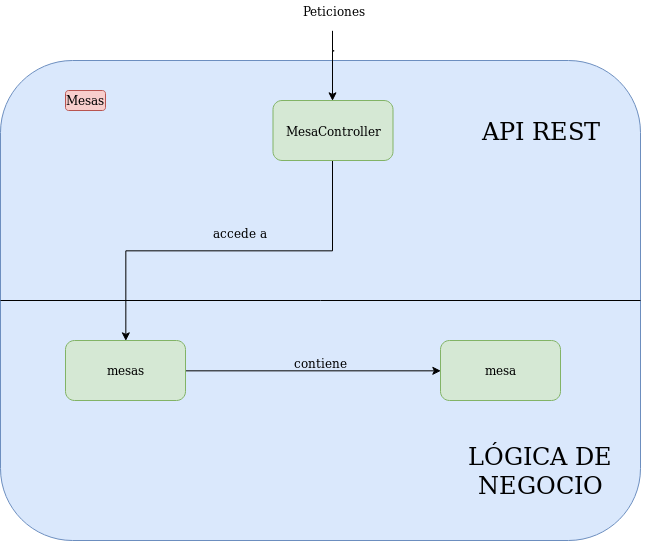
antmordhar/ProyectoCC keeps this draw.io diagram as Documentacion/mesaservice.png. Above is the earlier version. Source tidied: cells renumbered, new cells last; positions are measured from the earlier drawing's top-left corner, leaving out a move shared by most shapes. Its diagram source:
```xml
<mxGraphModel>
  <root>
    <mxCell id="0" />
    <mxCell id="1" parent="0" />
    <mxCell id="2" style="rounded=1;whiteSpace=wrap;html=1;fillColor=#dae8fc;strokeColor=#6c8ebf;glass=0;comic=0;" parent="1" vertex="1">
      <mxGeometry y="60" width="640" height="480" as="geometry" />
    </mxCell>
    <mxCell id="3" value="Mesas " style="text;html=1;strokeColor=#b85450;fillColor=#f8cecc;align=center;verticalAlign=middle;whiteSpace=wrap;rounded=1;glass=0;" parent="1" vertex="1">
      <mxGeometry x="65" y="90" width="40" height="20" as="geometry" />
    </mxCell>
    <mxCell id="4" style="edgeStyle=orthogonalEdgeStyle;rounded=0;jettySize=auto;html=1;exitX=0.5;exitY=1;exitDx=0;exitDy=0;entryX=0.5;entryY=0;entryDx=0;entryDy=0;" parent="1" edge="1" source="7" target="11">
      <mxGeometry relative="1" as="geometry" />
    </mxCell>
    <mxCell id="5" value="accede a " style="text;html=1;align=center;verticalAlign=middle;labelBackgroundColor=none;" parent="4" vertex="1">
      <mxGeometry x="-0.17" y="-3" relative="1" as="geometry">
        <mxPoint x="-21.5" y="-16.5" as="offset" />
      </mxGeometry>
    </mxCell>
    <mxCell id="6" style="edgeStyle=orthogonalEdgeStyle;rounded=0;jettySize=auto;html=1;exitX=0.5;exitY=0;exitDx=0;exitDy=0;endArrow=none;endFill=0;startArrow=classic;startFill=1;" parent="1" edge="1" source="7">
      <mxGeometry relative="1" as="geometry">
        <mxPoint x="332" y="30.3" as="targetPoint" />
        <Array as="points">
          <mxPoint x="333" y="50" />
          <mxPoint x="333" y="50" />
        </Array>
      </mxGeometry>
    </mxCell>
    <mxCell id="7" style="rounded=1;whiteSpace=wrap;html=1;fillColor=#d5e8d4;strokeColor=#82b366;glass=0;" parent="1" vertex="1">
      <mxGeometry x="272.5" y="100" width="120" height="60" as="geometry" />
    </mxCell>
    <mxCell id="8" value="MesaController" style="text;html=1;strokeColor=none;fillColor=none;align=center;verticalAlign=middle;whiteSpace=wrap;rounded=0;" parent="1" vertex="1">
      <mxGeometry x="312.5" y="120" width="40" height="20" as="geometry" />
    </mxCell>
    <mxCell id="9" style="edgeStyle=orthogonalEdgeStyle;rounded=0;jettySize=auto;html=1;exitX=1;exitY=0.5;exitDx=0;exitDy=0;entryX=0;entryY=0.5;entryDx=0;entryDy=0;" parent="1" edge="1" source="11" target="12">
      <mxGeometry relative="1" as="geometry" />
    </mxCell>
    <mxCell id="10" value="contiene" style="text;html=1;align=center;verticalAlign=middle;labelBackgroundColor=none;" parent="9" vertex="1">
      <mxGeometry x="-0.28" relative="1" as="geometry">
        <mxPoint x="43" y="-9.5" as="offset" />
      </mxGeometry>
    </mxCell>
    <mxCell id="11" value="mesas" style="rounded=1;whiteSpace=wrap;html=1;fillColor=#d5e8d4;strokeColor=#82b366;glass=0;" parent="1" vertex="1">
      <mxGeometry x="65" y="340" width="120" height="60" as="geometry" />
    </mxCell>
    <mxCell id="12" value="mesa" style="rounded=1;whiteSpace=wrap;html=1;fillColor=#d5e8d4;strokeColor=#82b366;glass=0;" parent="1" vertex="1">
      <mxGeometry x="440" y="340" width="120" height="60" as="geometry" />
    </mxCell>
    <mxCell id="13" value="Peticiones" style="text;html=1;strokeColor=none;fillColor=none;align=center;verticalAlign=middle;whiteSpace=wrap;rounded=0;glass=0;comic=0;" parent="1" vertex="1">
      <mxGeometry x="312.5" width="40" height="20" as="geometry" />
    </mxCell>
    <mxCell id="14" style="endArrow=none;html=1;exitX=0;exitY=0.5;exitDx=0;exitDy=0;entryX=1;entryY=0.5;entryDx=0;entryDy=0;" parent="1" edge="1" source="2" target="2">
      <mxGeometry relative="1" as="geometry" />
    </mxCell>
    <mxCell id="15" value="&lt;font style=&quot;font-size: 24px&quot;&gt;API REST&lt;/font&gt;" style="text;html=1;strokeColor=none;fillColor=none;align=center;verticalAlign=middle;whiteSpace=wrap;rounded=0;glass=0;comic=0;labelBackgroundColor=none;" parent="1" vertex="1">
      <mxGeometry x="460" y="120" width="160" height="20" as="geometry" />
    </mxCell>
    <mxCell id="16" value="&lt;font style=&quot;font-size: 24px&quot;&gt;LÓGICA DE NEGOCIO&lt;/font&gt;" style="text;html=1;strokeColor=none;fillColor=none;align=center;verticalAlign=middle;whiteSpace=wrap;rounded=0;glass=0;comic=0;labelBackgroundColor=none;" parent="1" vertex="1">
      <mxGeometry x="415" y="460" width="250" height="20" as="geometry" />
    </mxCell>
  </root>
</mxGraphModel>
```
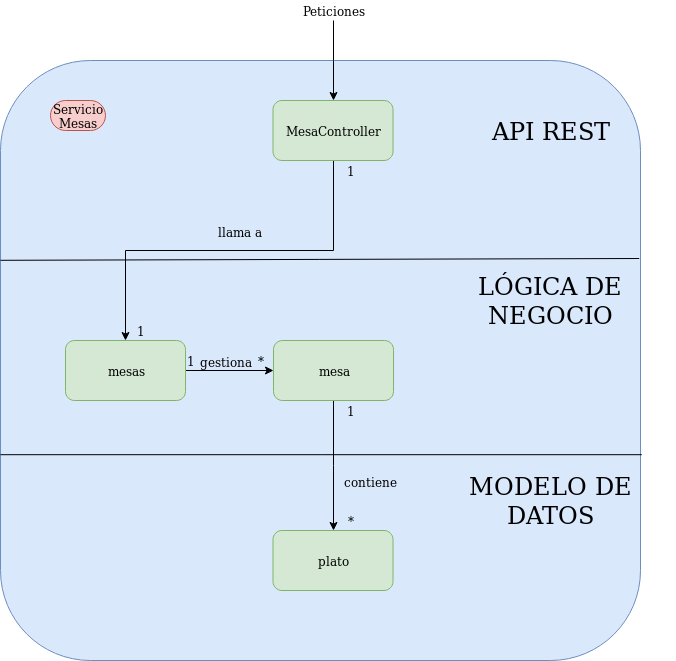
After the change.

Diff of the diagram source:
```diff
@@ -3,28 +3,19 @@
     <mxCell id="0" />
     <mxCell id="1" parent="0" />
     <mxCell id="2" style="rounded=1;whiteSpace=wrap;html=1;fillColor=#dae8fc;strokeColor=#6c8ebf;glass=0;comic=0;" parent="1" vertex="1">
-      <mxGeometry y="60" width="640" height="480" as="geometry" />
+      <mxGeometry y="60" width="640" height="600" as="geometry" />
     </mxCell>
-    <mxCell id="3" value="Mesas " style="text;html=1;strokeColor=#b85450;fillColor=#f8cecc;align=center;verticalAlign=middle;whiteSpace=wrap;rounded=1;glass=0;" parent="1" vertex="1">
-      <mxGeometry x="65" y="90" width="40" height="20" as="geometry" />
+    <mxCell id="3" value="Servicio Mesas" style="text;html=1;strokeColor=#b85450;fillColor=#f8cecc;align=center;verticalAlign=middle;whiteSpace=wrap;rounded=1;glass=0;arcSize=50;" parent="1" vertex="1">
+      <mxGeometry x="50" y="100" width="55" height="30" as="geometry" />
     </mxCell>
     <mxCell id="4" style="edgeStyle=orthogonalEdgeStyle;rounded=0;jettySize=auto;html=1;exitX=0.5;exitY=1;exitDx=0;exitDy=0;entryX=0.5;entryY=0;entryDx=0;entryDy=0;" parent="1" edge="1" source="7" target="11">
       <mxGeometry relative="1" as="geometry" />
     </mxCell>
-    <mxCell id="5" value="accede a " style="text;html=1;align=center;verticalAlign=middle;labelBackgroundColor=none;" parent="4" vertex="1">
+    <mxCell id="5" value="llama a" style="text;html=1;align=center;verticalAlign=middle;labelBackgroundColor=none;" parent="4" vertex="1">
       <mxGeometry x="-0.17" y="-3" relative="1" as="geometry">
         <mxPoint x="-21.5" y="-16.5" as="offset" />
       </mxGeometry>
     </mxCell>
-    <mxCell id="6" style="edgeStyle=orthogonalEdgeStyle;rounded=0;jettySize=auto;html=1;exitX=0.5;exitY=0;exitDx=0;exitDy=0;endArrow=none;endFill=0;startArrow=classic;startFill=1;" parent="1" edge="1" source="7">
-      <mxGeometry relative="1" as="geometry">
-        <mxPoint x="332" y="30.3" as="targetPoint" />
-        <Array as="points">
-          <mxPoint x="333" y="50" />
-          <mxPoint x="333" y="50" />
-        </Array>
-      </mxGeometry>
-    </mxCell>
     <mxCell id="7" style="rounded=1;whiteSpace=wrap;html=1;fillColor=#d5e8d4;strokeColor=#82b366;glass=0;" parent="1" vertex="1">
       <mxGeometry x="272.5" y="100" width="120" height="60" as="geometry" />
     </mxCell>
@@ -34,28 +25,66 @@
     <mxCell id="9" style="edgeStyle=orthogonalEdgeStyle;rounded=0;jettySize=auto;html=1;exitX=1;exitY=0.5;exitDx=0;exitDy=0;entryX=0;entryY=0.5;entryDx=0;entryDy=0;" parent="1" edge="1" source="11" target="12">
       <mxGeometry relative="1" as="geometry" />
     </mxCell>
-    <mxCell id="10" value="contiene" style="text;html=1;align=center;verticalAlign=middle;labelBackgroundColor=none;" parent="9" vertex="1">
+    <mxCell id="10" value="gestiona " style="text;html=1;align=center;verticalAlign=middle;labelBackgroundColor=none;" parent="9" vertex="1">
       <mxGeometry x="-0.28" relative="1" as="geometry">
-        <mxPoint x="43" y="-9.5" as="offset" />
+        <mxPoint x="8" y="-10" as="offset" />
       </mxGeometry>
     </mxCell>
     <mxCell id="11" value="mesas" style="rounded=1;whiteSpace=wrap;html=1;fillColor=#d5e8d4;strokeColor=#82b366;glass=0;" parent="1" vertex="1">
       <mxGeometry x="65" y="340" width="120" height="60" as="geometry" />
     </mxCell>
+    <mxCell id="17" style="edgeStyle=orthogonalEdgeStyle;rounded=0;jettySize=auto;html=1;exitX=0.5;exitY=1;exitDx=0;exitDy=0;" parent="1" edge="1" source="12" target="22">
+      <mxGeometry relative="1" as="geometry" />
+    </mxCell>
+    <mxCell id="18" value="contiene" style="text;html=1;align=center;verticalAlign=middle;labelBackgroundColor=none;" parent="17" vertex="1">
+      <mxGeometry x="0.15" y="1" relative="1" as="geometry">
+        <mxPoint x="36" y="5" as="offset" />
+      </mxGeometry>
+    </mxCell>
     <mxCell id="12" value="mesa" style="rounded=1;whiteSpace=wrap;html=1;fillColor=#d5e8d4;strokeColor=#82b366;glass=0;" parent="1" vertex="1">
-      <mxGeometry x="440" y="340" width="120" height="60" as="geometry" />
+      <mxGeometry x="273" y="340" width="120" height="60" as="geometry" />
     </mxCell>
+    <mxCell id="19" style="edgeStyle=orthogonalEdgeStyle;rounded=0;jettySize=auto;html=1;exitX=0.5;exitY=1;exitDx=0;exitDy=0;" parent="1" edge="1" source="13" target="7">
+      <mxGeometry relative="1" as="geometry" />
+    </mxCell>
     <mxCell id="13" value="Peticiones" style="text;html=1;strokeColor=none;fillColor=none;align=center;verticalAlign=middle;whiteSpace=wrap;rounded=0;glass=0;comic=0;" parent="1" vertex="1">
       <mxGeometry x="312.5" width="40" height="20" as="geometry" />
     </mxCell>
-    <mxCell id="14" style="endArrow=none;html=1;exitX=0;exitY=0.5;exitDx=0;exitDy=0;entryX=1;entryY=0.5;entryDx=0;entryDy=0;" parent="1" edge="1" source="2" target="2">
+    <mxCell id="14" style="endArrow=none;html=1;exitX=0;exitY=0.333;exitDx=0;exitDy=0;exitPerimeter=0;entryX=0.998;entryY=0.33;entryDx=0;entryDy=0;entryPerimeter=0;" parent="1" edge="1" source="2" target="2">
       <mxGeometry relative="1" as="geometry" />
     </mxCell>
     <mxCell id="15" value="&lt;font style=&quot;font-size: 24px&quot;&gt;API REST&lt;/font&gt;" style="text;html=1;strokeColor=none;fillColor=none;align=center;verticalAlign=middle;whiteSpace=wrap;rounded=0;glass=0;comic=0;labelBackgroundColor=none;" parent="1" vertex="1">
-      <mxGeometry x="460" y="120" width="160" height="20" as="geometry" />
+      <mxGeometry x="470" y="120" width="160" height="20" as="geometry" />
     </mxCell>
     <mxCell id="16" value="&lt;font style=&quot;font-size: 24px&quot;&gt;LÓGICA DE NEGOCIO&lt;/font&gt;" style="text;html=1;strokeColor=none;fillColor=none;align=center;verticalAlign=middle;whiteSpace=wrap;rounded=0;glass=0;comic=0;labelBackgroundColor=none;" parent="1" vertex="1">
-      <mxGeometry x="415" y="460" width="250" height="20" as="geometry" />
+      <mxGeometry x="425" y="290" width="250" height="20" as="geometry" />
     </mxCell>
+    <mxCell id="20" style="endArrow=none;html=1;exitX=0;exitY=0.657;exitDx=0;exitDy=0;exitPerimeter=0;entryX=1.002;entryY=0.657;entryDx=0;entryDy=0;entryPerimeter=0;" parent="1" edge="1" source="2" target="2">
+      <mxGeometry relative="1" as="geometry" />
+    </mxCell>
+    <mxCell id="21" value="&lt;font style=&quot;font-size: 24px&quot;&gt;MODELO DE DATOS&lt;/font&gt;" style="text;html=1;strokeColor=none;fillColor=none;align=center;verticalAlign=middle;whiteSpace=wrap;rounded=0;glass=0;comic=0;labelBackgroundColor=none;" parent="1" vertex="1">
+      <mxGeometry x="425" y="490" width="250" height="20" as="geometry" />
+    </mxCell>
+    <mxCell id="22" value="plato" style="rounded=1;whiteSpace=wrap;html=1;fillColor=#d5e8d4;strokeColor=#82b366;glass=0;" parent="1" vertex="1">
+      <mxGeometry x="272.5" y="530" width="120" height="60" as="geometry" />
+    </mxCell>
+    <mxCell id="23" value="*" style="text;html=1;strokeColor=none;fillColor=none;align=center;verticalAlign=middle;whiteSpace=wrap;rounded=0;labelBackgroundColor=none;" parent="1" vertex="1">
+      <mxGeometry x="330" y="510" width="40" height="20" as="geometry" />
+    </mxCell>
+    <mxCell id="24" value="*" style="text;html=1;strokeColor=none;fillColor=none;align=center;verticalAlign=middle;whiteSpace=wrap;rounded=0;labelBackgroundColor=none;" parent="1" vertex="1">
+      <mxGeometry x="240" y="350" width="40" height="20" as="geometry" />
+    </mxCell>
+    <mxCell id="25" value="1" style="text;html=1;strokeColor=none;fillColor=none;align=center;verticalAlign=middle;whiteSpace=wrap;rounded=0;labelBackgroundColor=none;" parent="1" vertex="1">
+      <mxGeometry x="170" y="350" width="40" height="20" as="geometry" />
+    </mxCell>
+    <mxCell id="26" value="1" style="text;html=1;strokeColor=none;fillColor=none;align=center;verticalAlign=middle;whiteSpace=wrap;rounded=0;labelBackgroundColor=none;" parent="1" vertex="1">
+      <mxGeometry x="330" y="400" width="40" height="20" as="geometry" />
+    </mxCell>
+    <mxCell id="27" value="1" style="text;html=1;strokeColor=none;fillColor=none;align=center;verticalAlign=middle;whiteSpace=wrap;rounded=0;labelBackgroundColor=none;" parent="1" vertex="1">
+      <mxGeometry x="330" y="160" width="40" height="20" as="geometry" />
+    </mxCell>
+    <mxCell id="28" value="1" style="text;html=1;strokeColor=none;fillColor=none;align=center;verticalAlign=middle;whiteSpace=wrap;rounded=0;labelBackgroundColor=none;" parent="1" vertex="1">
+      <mxGeometry x="120" y="320" width="40" height="20" as="geometry" />
+    </mxCell>
   </root>
 </mxGraphModel>
```
